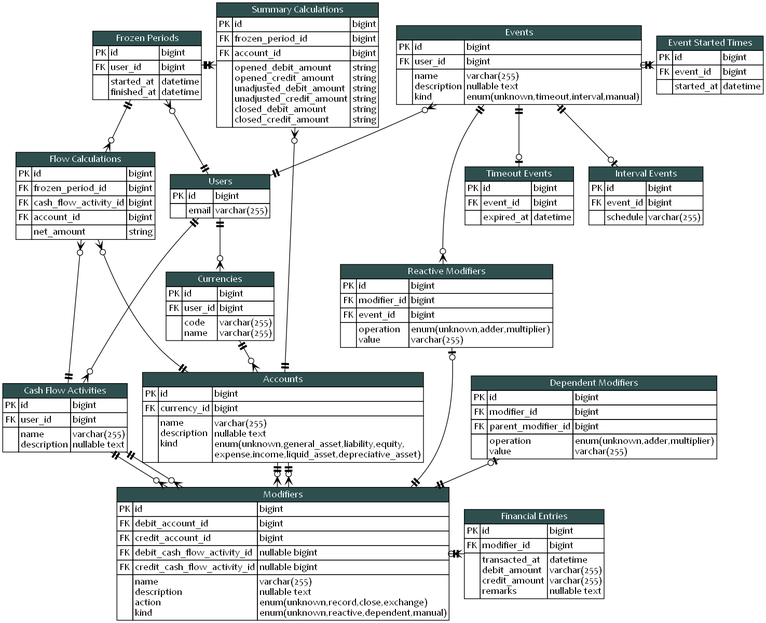
KennethTrecy/peratorakka_server keeps this Graphviz diagram as blueprint/erd.png. Above is the earlier version. Its source is kept beside it as blueprint/erd.dot.
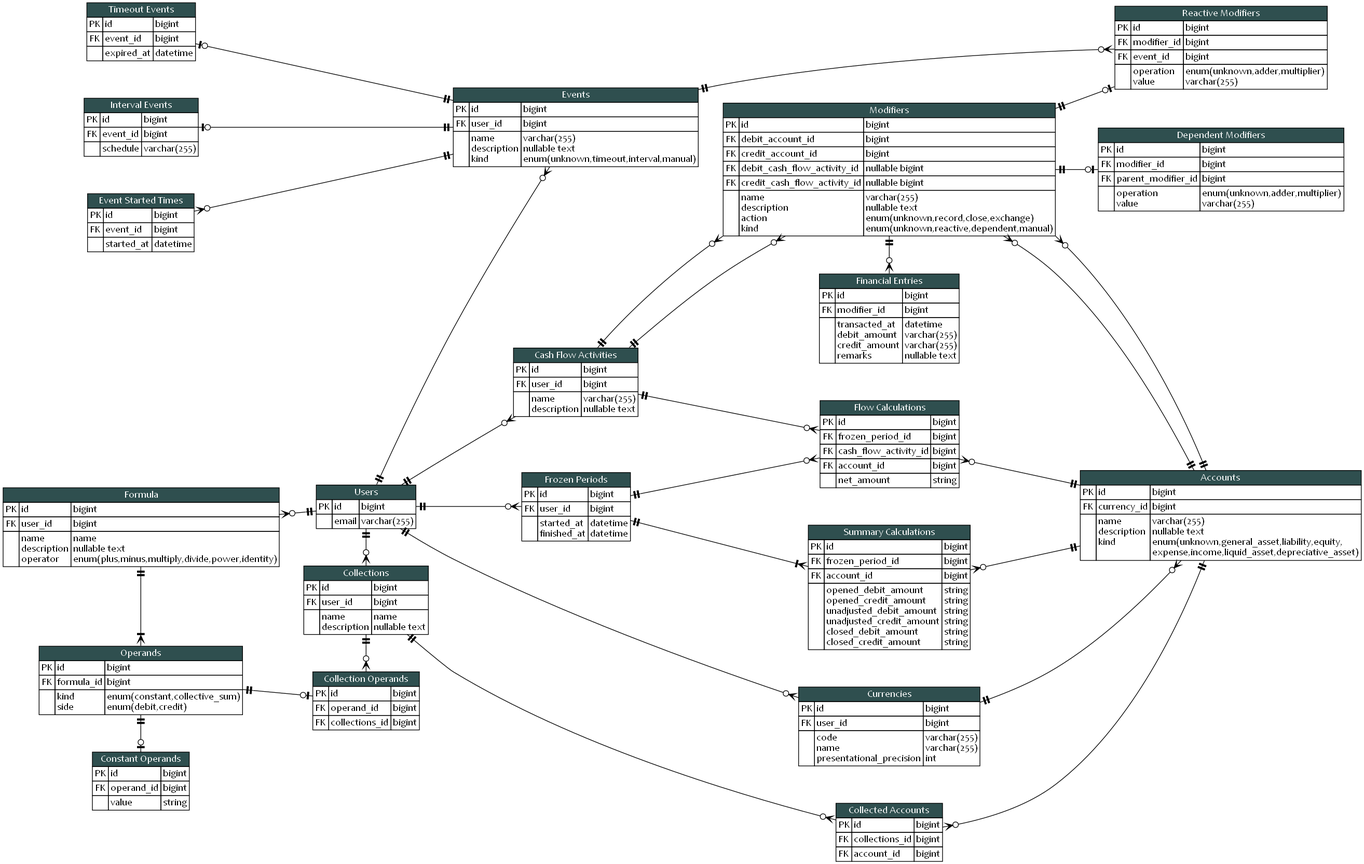
The same diagram one commit later.

Commit message:
docs(blueprint): add new tables and columns

Diff of the diagram source:
```diff
@@ -2,7 +2,8 @@
 	graph [
 		layout = dot
 		splines = true
-		nodesep = 0.3
+		nodesep = 0.75
+		rankdir = LR
 	]
 	{
 		node [ shape = none margin = 0 fontname="Candara" ]
@@ -58,10 +59,12 @@
 					<td align="left">
 						code<br align="left"/>
 						name<br align="left"/>
+						presentational_precision<br align="left"/>
 					</td>
 					<td align="left">
 						varchar(255)<br align="left"/>
 						varchar(255)<br align="left"/>
+						int<br align="left"/>
 					</td>
 				</tr>
 			</table>
@@ -561,9 +564,201 @@
 			</table>
 			>
 		]
+		collections [
+			label = <
+			<table cellspacing="0" border="0" cellborder="1">
+				<tr>
+					<td colspan="3" bgcolor="darkslategray">
+						<font color="white">
+							Collections
+						</font>
+					</td>
+				</tr>
+				<tr>
+					<td>PK</td>
+					<td align="left">id</td>
+					<td align="left">bigint</td>
+				</tr>
+				<tr>
+					<td>FK</td>
+					<td align="left">user_id</td>
+					<td align="left">bigint</td>
+				</tr>
+				<tr>
+					<td></td>
+					<td align="left">
+						name<br align="left"/>
+						description<br align="left"/>
+					</td>
+					<td align="left">
+						name<br align="left"/>
+						nullable text<br align="left"/>
+					</td>
+				</tr>
+			</table>
+			>
+		]
+		collected_accounts [
+			label = <
+			<table cellspacing="0" border="0" cellborder="1">
+				<tr>
+					<td colspan="3" bgcolor="darkslategray">
+						<font color="white">
+							Collected Accounts
+						</font>
+					</td>
+				</tr>
+				<tr>
+					<td>PK</td>
+					<td align="left">id</td>
+					<td align="left">bigint</td>
+				</tr>
+				<tr>
+					<td>FK</td>
+					<td align="left">collections_id</td>
+					<td align="left">bigint</td>
+				</tr>
+				<tr>
+					<td>FK</td>
+					<td align="left">account_id</td>
+					<td align="left">bigint</td>
+				</tr>
+			</table>
+			>
+		]
+		formula [
+			label = <
+			<table cellspacing="0" border="0" cellborder="1">
+				<tr>
+					<td colspan="3" bgcolor="darkslategray">
+						<font color="white">
+							Formula
+						</font>
+					</td>
+				</tr>
+				<tr>
+					<td>PK</td>
+					<td align="left">id</td>
+					<td align="left">bigint</td>
+				</tr>
+				<tr>
+					<td>FK</td>
+					<td align="left">user_id</td>
+					<td align="left">bigint</td>
+				</tr>
+				<tr>
+					<td></td>
+					<td align="left">
+						name<br align="left"/>
+						description<br align="left"/>
+						operator<br align="left"/>
+					</td>
+					<td align="left">
+						name<br align="left"/>
+						nullable text<br align="left"/>
+						enum(plus,minus,multiply,divide,power,identity)<br align="left"/>
+					</td>
+				</tr>
+			</table>
+			>
+		]
+		operands [
+			label = <
+			<table cellspacing="0" border="0" cellborder="1">
+				<tr>
+					<td colspan="3" bgcolor="darkslategray">
+						<font color="white">
+							Operands
+						</font>
+					</td>
+				</tr>
+				<tr>
+					<td>PK</td>
+					<td align="left">id</td>
+					<td align="left">bigint</td>
+				</tr>
+				<tr>
+					<td>FK</td>
+					<td align="left">formula_id</td>
+					<td align="left">bigint</td>
+				</tr>
+				<tr>
+					<td></td>
+					<td align="left">
+						kind<br align="left"/>
+						side<br align="left"/>
+					</td>
+					<td align="left">
+						enum(constant,collective_sum)<br align="left"/>
+						enum(debit,credit)<br align="left"/>
+					</td>
+				</tr>
+			</table>
+			>
+		]
+		constant_operands [
+			label = <
+			<table cellspacing="0" border="0" cellborder="1">
+				<tr>
+					<td colspan="3" bgcolor="darkslategray">
+						<font color="white">
+							Constant Operands
+						</font>
+					</td>
+				</tr>
+				<tr>
+					<td>PK</td>
+					<td align="left">id</td>
+					<td align="left">bigint</td>
+				</tr>
+				<tr>
+					<td>FK</td>
+					<td align="left">operand_id</td>
+					<td align="left">bigint</td>
+				</tr>
+				<tr>
+					<td></td>
+					<td align="left">
+						value<br align="left"/>
+					</td>
+					<td align="left">
+						string<br align="left"/>
+					</td>
+				</tr>
+			</table>
+			>
+		]
+		collection_operands [
+			label = <
+			<table cellspacing="0" border="0" cellborder="1">
+				<tr>
+					<td colspan="3" bgcolor="darkslategray">
+						<font color="white">
+							Collection Operands
+						</font>
+					</td>
+				</tr>
+				<tr>
+					<td>PK</td>
+					<td align="left">id</td>
+					<td align="left">bigint</td>
+				</tr>
+				<tr>
+					<td>FK</td>
+					<td align="left">operand_id</td>
+					<td align="left">bigint</td>
+				</tr>
+				<tr>
+					<td>FK</td>
+					<td align="left">collections_id</td>
+					<td align="left">bigint</td>
+				</tr>
+			</table>
+			>
+		]
 	}
 
-	edge [ dir = "both" ]
+	edge [ dir = "both" len = 0.1 ]
 	{
 		edge [
 			arrowhead = noneteeodot
@@ -574,6 +769,8 @@
 		events -> interval_events
 		modifiers -> reactive_modifiers
 		modifiers -> dependent_modifiers
+		operands -> constant_operands
+		operands -> collection_operands
 	}
 
 	{
@@ -584,6 +781,8 @@
 
 		users -> currencies
 		users -> cash_flow_activities
+		users -> collections
+		users -> formula
 		cash_flow_activities -> flow_calculations
 		currencies -> accounts
 		users -> events
@@ -598,6 +797,9 @@
 		cash_flow_activities -> modifiers
 		frozen_periods -> flow_calculations
 		accounts -> flow_calculations
+		accounts -> collected_accounts
+		collections -> collected_accounts
+		collections -> collection_operands
 	}
 
 	{
@@ -614,49 +816,47 @@
 		]
 
 		frozen_periods -> summary_calculations
+		formula -> operands
 	}
 
 	{
 		rank = source;
-		events
-		frozen_periods
+		formula
+		operands
+		constant_operands
+		interval_events
+		timeout_events
 		event_started_times
-		summary_calculations
 	}
 
 	{
 		rank = same;
 		users
-		flow_calculations
-		interval_events
-		timeout_events
+		collections
+		collection_operands
+	}
+
+	{
+		rank = same;
+		events
+		cash_flow_activities
+		frozen_periods
 	}
 
 	{
 		rank = same;
 		currencies
-		reactive_modifiers
+		collected_accounts
+		flow_calculations
+		summary_calculations
+		modifiers
+		financial_entries
 	}
 
 	{
 		rank = same;
 		accounts
-		cash_flow_activities
+		reactive_modifiers
 		dependent_modifiers
 	}
-
-	{
-		rank = same;
-	}
-
-	{
-		rank = same;
-		modifiers
-
-		financial_entries
-	}
-
-	{
-		rank = sink;
-	}
 }
```
